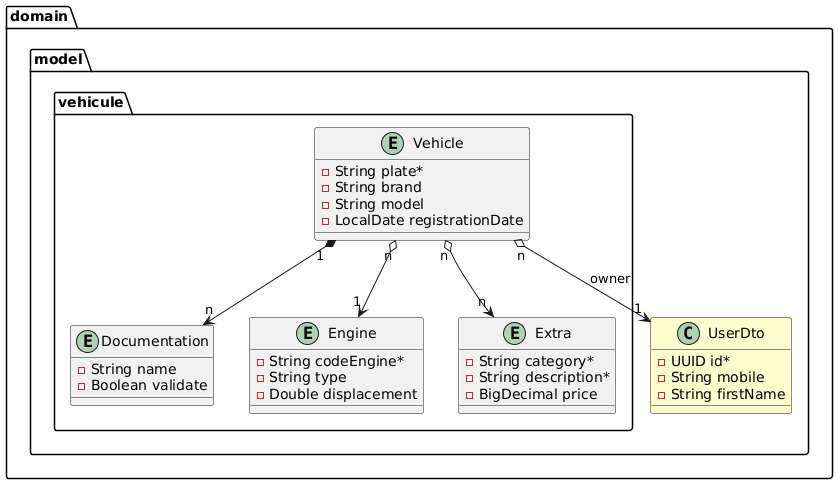
Before: docs/vehicle.png, a diagram exported from PlantUML (miw-upm/apaw-practice).
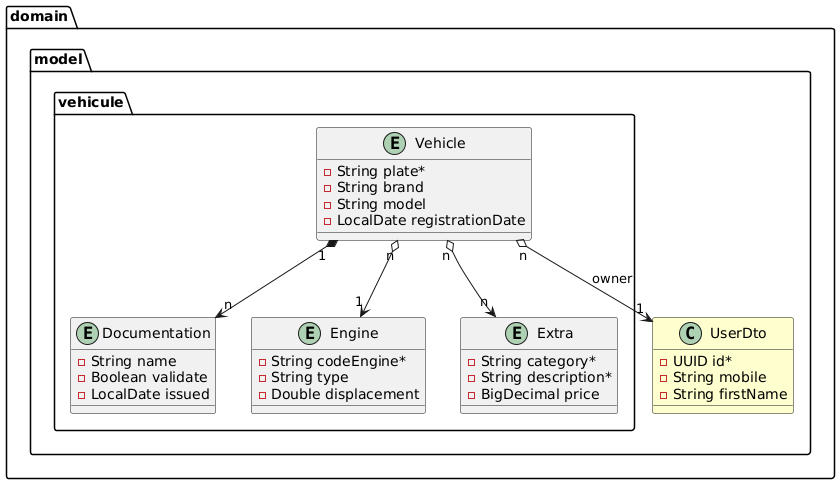
Later version of the same file.

Commit message:
Update vehicle model #1155

What changed in the source:
```diff
@@ -13,6 +13,7 @@
   entity Documentation {
     - String name
     - Boolean validate
+    - LocalDate issued
   }
 
   entity Engine {
```
